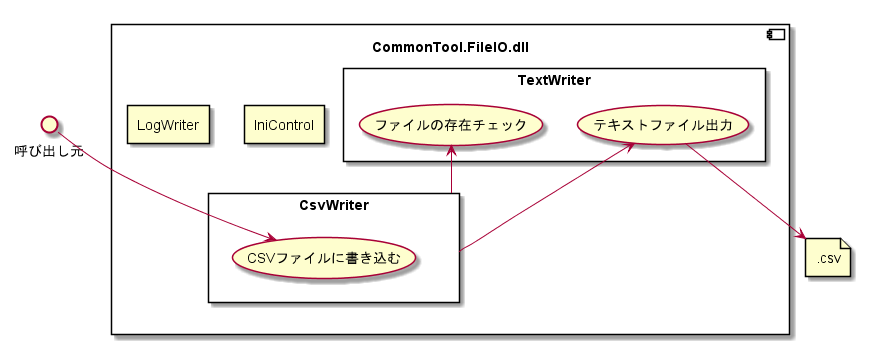
Earlier version of the PlantUML export doc/03_SubSystem別/CommonTool.FileIO/01_機能詳細/コンポーネント図_CsvWriter.png (hirorich/CommonTool).
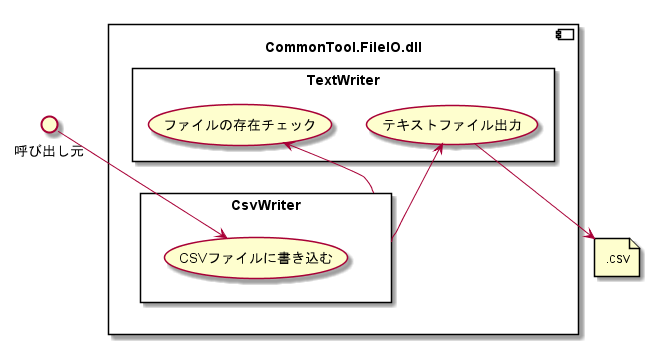
After the change.

Commit message:
機能別コンポーネント図から未参照の機能を非表示

The edit, as a diff of the source:
```diff
@@ -3,8 +3,6 @@
 interface "呼び出し元" as caller
 
 component "CommonTool.FileIO.dll" as FileIO {
-  rectangle IniControl
-  rectangle LogWriter
   rectangle CsvWriter {
     (CSVファイルに書き込む)
   }
```
